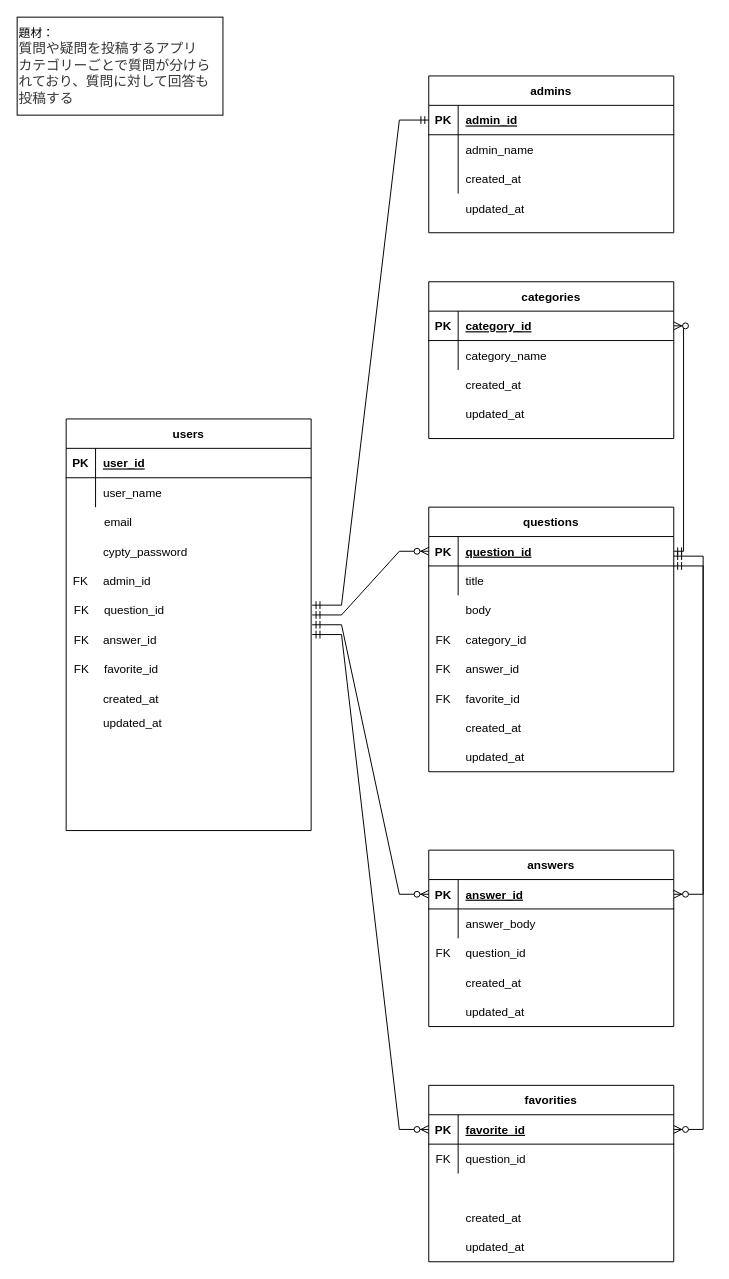
Earlier version of the draw.io diagram workspace/sql_basic/名称未設定ファイル.drawio (tolbou/sql_v_1). Source tidied: cells renumbered, new cells numbered last; positions are measured from the earlier drawing's top-left corner, leaving out a move shared by most shapes. Both pictures are drawn from the tidied source at 98%, with x=0, y=0 at pixel (17, 17).
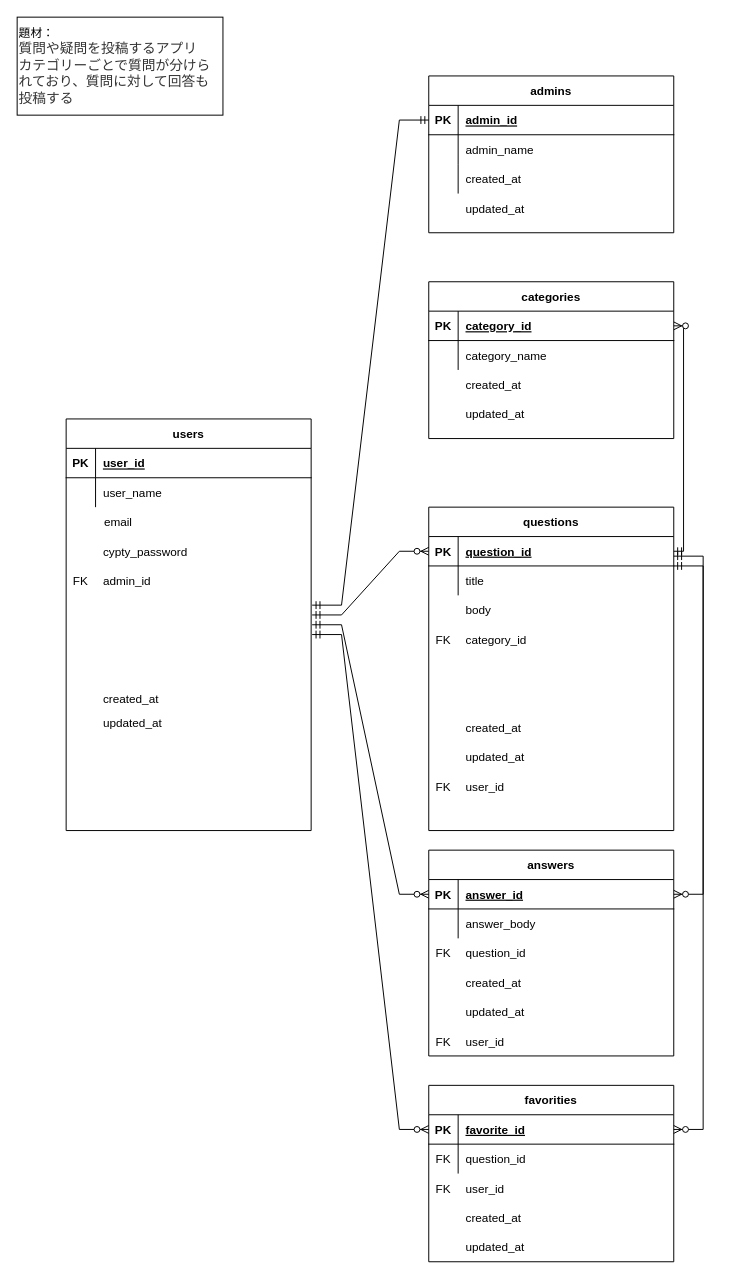
The same diagram, later.

Commit message (it also covers changes not shown here):
名称未設定ファイル.drawio を更新します

Change to the diagram source:
```diff
@@
     <mxCell id="2" style="group;" parent="1" vertex="1">
-      <mxGeometry width="670" height="770" as="geometry" />
+      <mxGeometry width="670" height="830" as="geometry" />
     </mxCell>
@@
     <mxCell id="39" value="questions" style="shape=table;startSize=30;childLayout=tableLayout;rowLines=0;fontStyle=1;align=center;" parent="2" vertex="1">
-      <mxGeometry x="420" y="500" width="250" height="270" as="geometry" />
+      <mxGeometry x="420" y="500" width="250" height="330" as="geometry" />
     </mxCell>
@@
-    <mxCell id="51" value="question_id" style="shape=partialRectangle;overflow=hidden;fillColor=none;top=0;left=0;bottom=0;right=0;align=left;spacingLeft=6;" parent="2" vertex="1">
-      <mxGeometry x="81" y="590" width="220" height="30" as="geometry" />
-    </mxCell>
-    <mxCell id="52" value="FK" style="shape=partialRectangle;overflow=hidden;fillColor=none;top=0;left=0;bottom=0;right=0;" parent="2" vertex="1">
-      <mxGeometry x="51" y="590" width="30" height="30" as="geometry" />
-    </mxCell>
-    <mxCell id="53" value="answer_id" style="shape=partialRectangle;overflow=hidden;fillColor=none;top=0;left=0;bottom=0;right=0;align=left;spacingLeft=6;" parent="2" vertex="1">
-      <mxGeometry x="80" y="620" width="220" height="30" as="geometry" />
-    </mxCell>
-    <mxCell id="54" value="FK" style="shape=partialRectangle;overflow=hidden;fillColor=none;top=0;left=0;bottom=0;right=0;" parent="2" vertex="1">
-      <mxGeometry x="51" y="620" width="30" height="30" as="geometry" />
-    </mxCell>
-    <mxCell id="55" value="answer_id" style="shape=partialRectangle;overflow=hidden;fillColor=none;top=0;left=0;bottom=0;right=0;align=left;spacingLeft=6;" parent="2" vertex="1">
-      <mxGeometry x="450" y="650" width="220" height="30" as="geometry" />
-    </mxCell>
-    <mxCell id="56" value="FK" style="shape=partialRectangle;overflow=hidden;fillColor=none;top=0;left=0;bottom=0;right=0;" parent="2" vertex="1">
-      <mxGeometry x="420" y="650" width="30" height="30" as="geometry" />
-    </mxCell>
-    <mxCell id="57" value="favorite_id" style="shape=partialRectangle;overflow=hidden;fillColor=none;top=0;left=0;bottom=0;right=0;align=left;spacingLeft=6;" parent="2" vertex="1">
-      <mxGeometry x="81" y="650" width="220" height="30" as="geometry" />
-    </mxCell>
-    <mxCell id="58" value="FK" style="shape=partialRectangle;overflow=hidden;fillColor=none;top=0;left=0;bottom=0;right=0;" parent="2" vertex="1">
+    <mxCell id="58" style="shape=partialRectangle;overflow=hidden;fillColor=none;top=0;left=0;bottom=0;right=0;" parent="2" vertex="1">
       <mxGeometry x="51" y="650" width="30" height="30" as="geometry" />
     </mxCell>
-    <mxCell id="59" value="favorite_id" style="shape=partialRectangle;overflow=hidden;fillColor=none;top=0;left=0;bottom=0;right=0;align=left;spacingLeft=6;" parent="2" vertex="1">
-      <mxGeometry x="450" y="680" width="220" height="30" as="geometry" />
-    </mxCell>
-    <mxCell id="60" value="FK" style="shape=partialRectangle;overflow=hidden;fillColor=none;top=0;left=0;bottom=0;right=0;" parent="2" vertex="1">
-      <mxGeometry x="420" y="680" width="30" height="30" as="geometry" />
-    </mxCell>
@@
+    <mxCell id="89" value="user_id" style="shape=partialRectangle;overflow=hidden;fillColor=none;top=0;left=0;bottom=0;right=0;align=left;spacingLeft=6;" parent="2" vertex="1">
+      <mxGeometry x="450" y="770" width="220" height="30" as="geometry" />
+    </mxCell>
+    <mxCell id="90" value="FK" style="shape=partialRectangle;overflow=hidden;fillColor=none;top=0;left=0;bottom=0;right=0;" parent="2" vertex="1">
+      <mxGeometry x="420" y="770" width="30" height="30" as="geometry" />
+    </mxCell>
     <mxCell id="66" value="answers" style="shape=table;startSize=30;childLayout=tableLayout;rowLines=0;fontStyle=1;align=center;" parent="1" vertex="1">
-      <mxGeometry x="420" y="850" width="250" height="180" as="geometry" />
+      <mxGeometry x="420" y="850" width="250" height="210" as="geometry" />
     </mxCell>
@@
+    <mxCell id="91" value="user_id" style="shape=partialRectangle;overflow=hidden;fillColor=none;top=0;left=0;bottom=0;right=0;align=left;spacingLeft=6;" parent="1" vertex="1">
+      <mxGeometry x="450" y="1180" width="220" height="30" as="geometry" />
+    </mxCell>
+    <mxCell id="92" value="FK" style="shape=partialRectangle;overflow=hidden;fillColor=none;top=0;left=0;bottom=0;right=0;" parent="1" vertex="1">
+      <mxGeometry x="420" y="1180" width="30" height="30" as="geometry" />
+    </mxCell>
+    <mxCell id="93" value="user_id" style="shape=partialRectangle;overflow=hidden;fillColor=none;top=0;left=0;bottom=0;right=0;align=left;spacingLeft=6;" parent="1" vertex="1">
+      <mxGeometry x="450" y="1030" width="220" height="30" as="geometry" />
+    </mxCell>
+    <mxCell id="94" value="FK" style="shape=partialRectangle;overflow=hidden;fillColor=none;top=0;left=0;bottom=0;right=0;" parent="1" vertex="1">
+      <mxGeometry x="420" y="1030" width="30" height="30" as="geometry" />
+    </mxCell>
```
